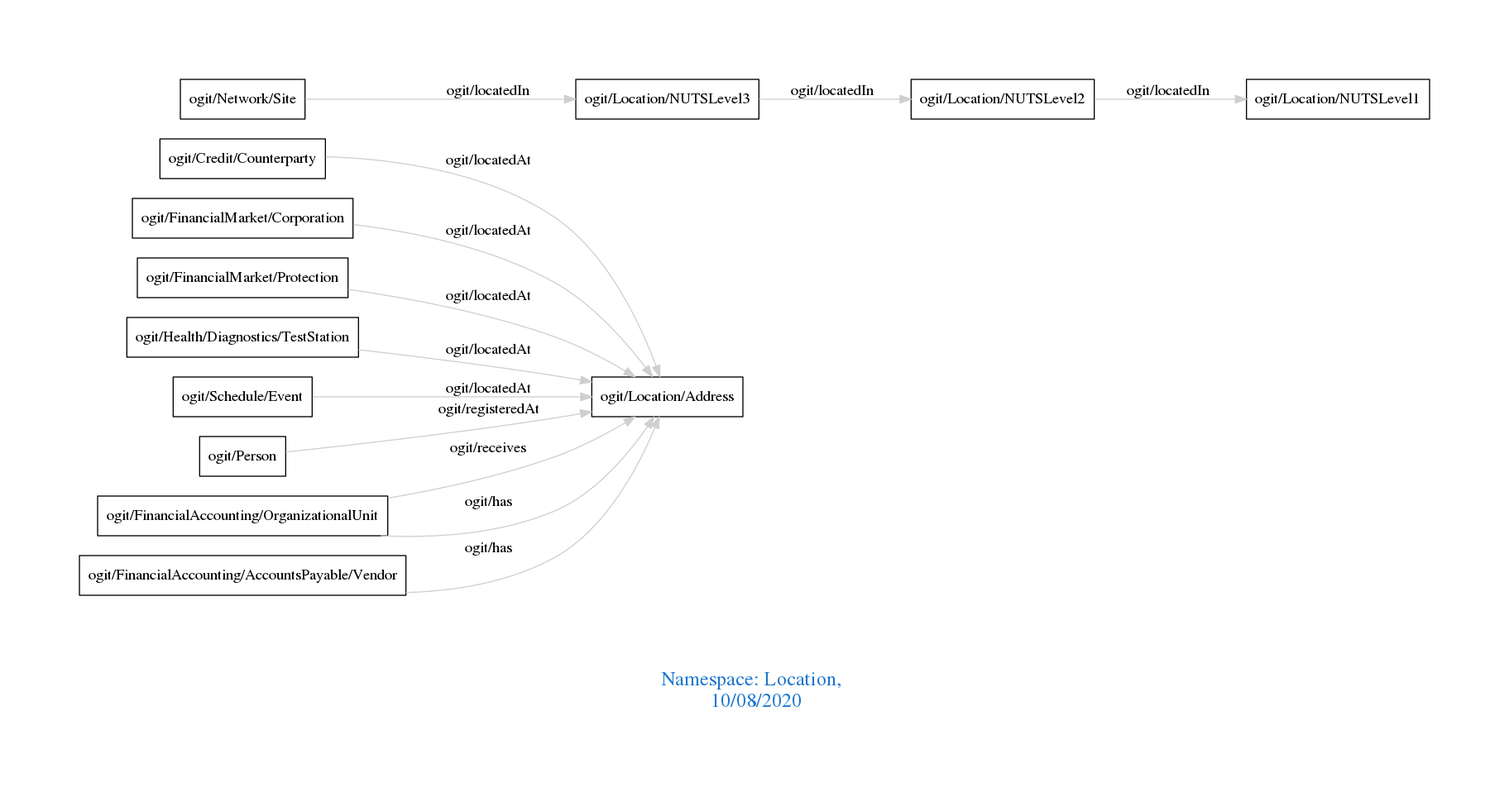
Earlier version of the Graphviz export downloads/Location.png (arago/OGIT). Its source is kept beside it as downloads/Location.dot.
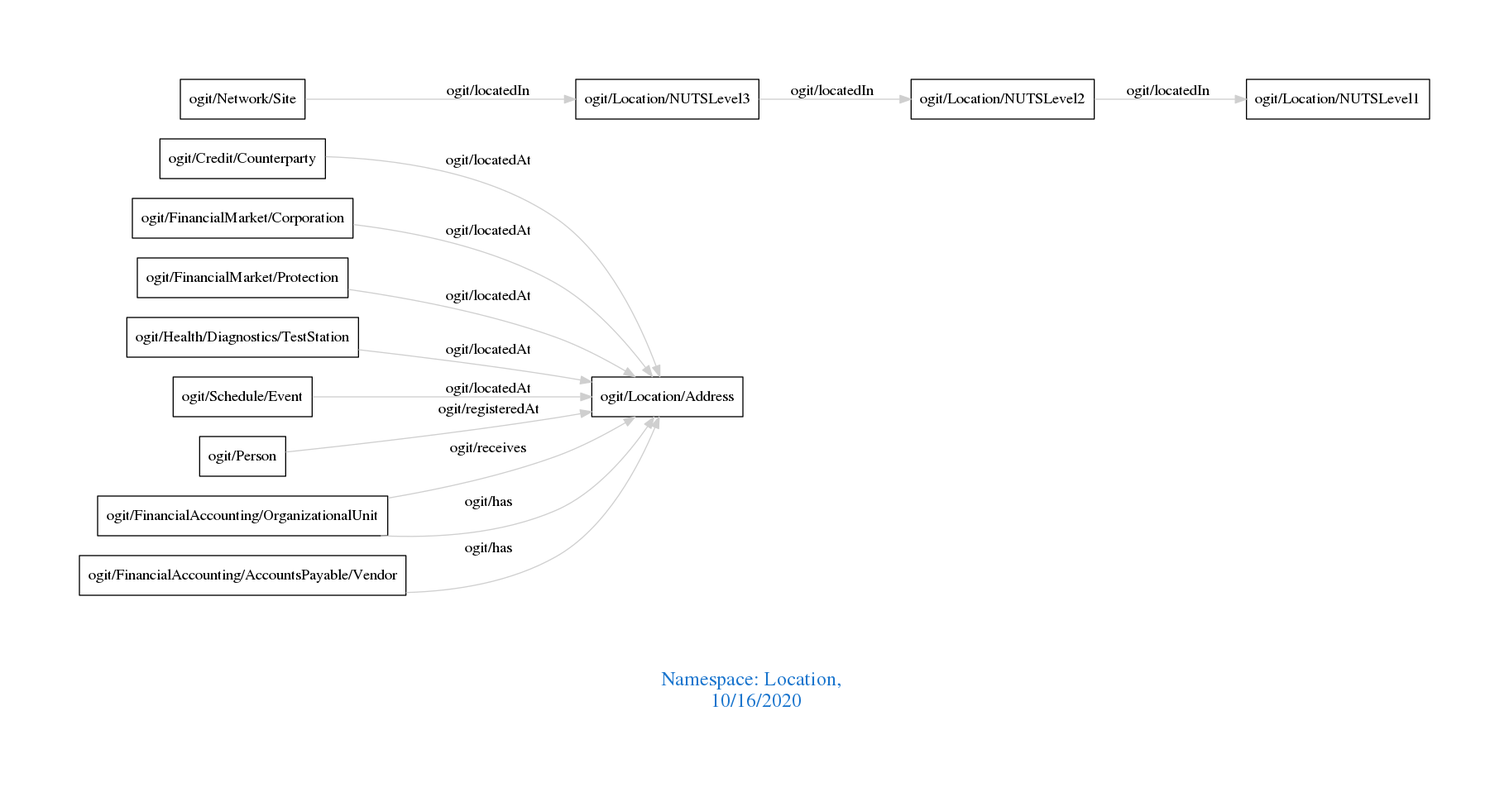
The same file after the commit.

The edit, as a diff of the source:
```diff
@@ -1,7 +1,7 @@
 digraph OGIT_ontology {
  graph [ rankdir= LR,pad=1
 fontsize = 18,
-fontcolor= dodgerblue3,label = "\n\n\nNamespace: Location, \n 10/08/2020"];
+fontcolor= dodgerblue3,label = "\n\n\nNamespace: Location, \n 10/16/2020"];
 node[shape=polygon];
 edge [  color="gray81"];
 
```
